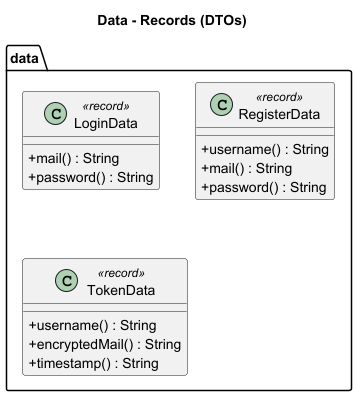
Earlier version of the PlantUML export backend/src/main/resources/documentation/diagrams/04_data-Data___Records__DTOs_.png (Princeps119/Princeps119-BFK_J3_Snake). Its diagram source:
```plantuml
@startuml
title Data - Records (DTOs)

skinparam classAttributeIconSize 0

package "data" {
  class LoginData <<record>> {
    + mail() : String
    + password() : String
  }

  class RegisterData <<record>> {
    + username() : String
    + mail() : String
    + password() : String
  }

  class TokenData <<record>> {
    + username() : String
    + encryptedMail() : String
    + timestamp() : String
  }
}
@enduml
```
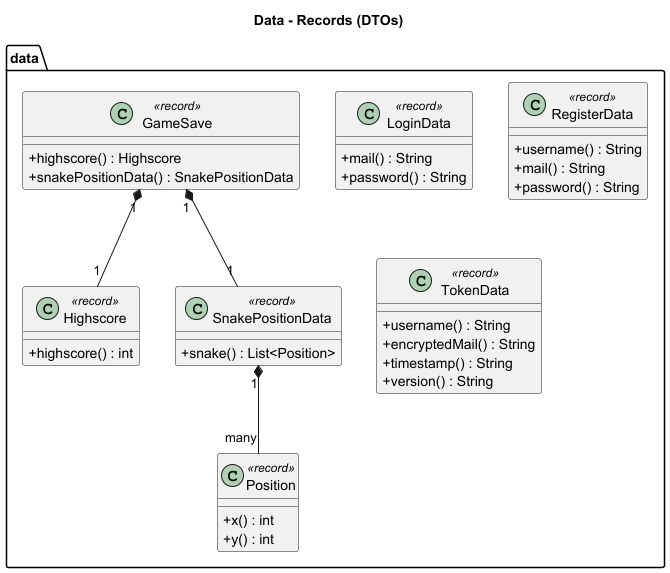
After the change.

Change to the diagram source:
```diff
@@ -19,6 +19,29 @@
     + username() : String
     + encryptedMail() : String
     + timestamp() : String
+    + version() : String
+  }
+
+  class GameSave <<record>> {
+    + highscore() : Highscore
+    + snakePositionData() : SnakePositionData
+  }
+
+  class Highscore <<record>> {
+    + highscore() : int
+  }
+
+  class Position <<record>> {
+    + x() : int
+    + y() : int
+  }
+
+  class SnakePositionData <<record>> {
+    + snake() : List<Position>
   }
 }
+
+GameSave "1" *-- "1" Highscore
+GameSave "1" *-- "1" SnakePositionData
+SnakePositionData "1" *-- "many" Position
 @enduml
```
